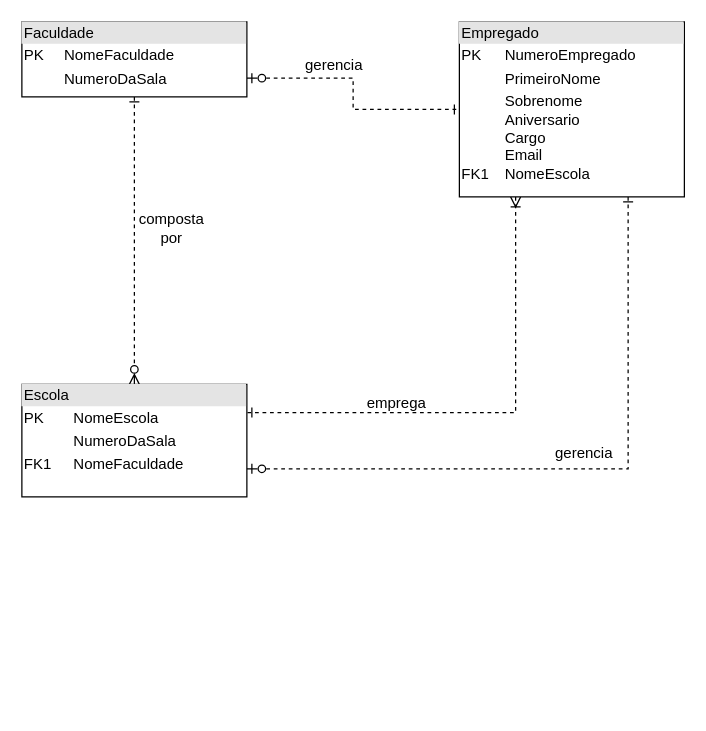
Before: Untitled Diagram.drawio in PabloBF/SQL_UEA, a draw.io diagram. Source tidied: cells renumbered, new cells numbered last; positions are measured from the earlier drawing's top-left corner, leaving out a move shared by most shapes. Both pictures are drawn from the tidied source at 125%, with x=0, y=0 at pixel (21, 21).
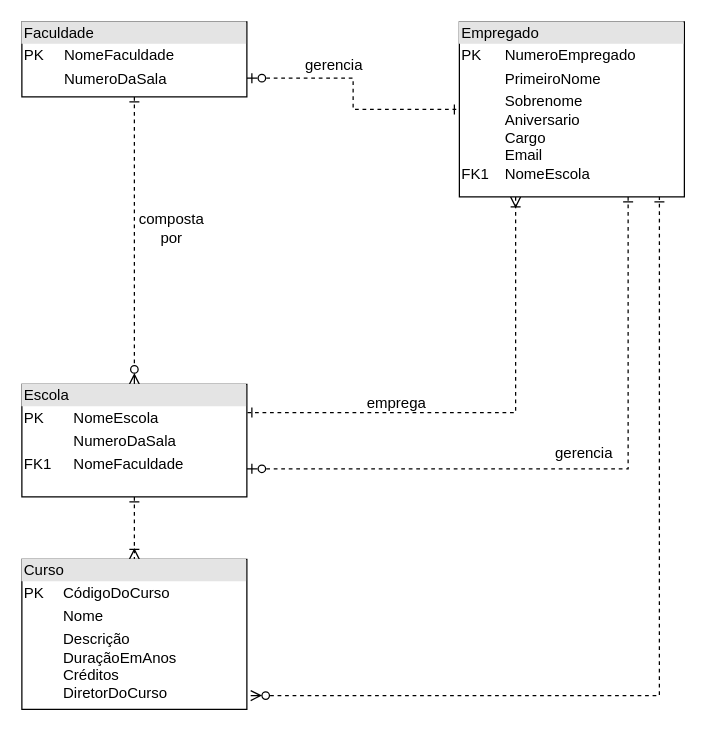
The same page after the edit.

Change to the diagram source:
```diff
@@
 <mxGraphModel>
   <root>
     <mxCell id="0" />
     <mxCell id="1" parent="0" />
     <mxCell id="2" style="edgeStyle=orthogonalEdgeStyle;rounded=0;jettySize=auto;html=1;dashed=1;endArrow=ERzeroToMany;endFill=0;strokeColor=default;startArrow=ERone;startFill=0;" parent="1" edge="1" source="4" target="5">
       <mxGeometry relative="1" as="geometry" />
     </mxCell>
     <mxCell id="3" style="edgeStyle=orthogonalEdgeStyle;rounded=0;jettySize=auto;html=1;exitX=1;exitY=0.75;exitDx=0;exitDy=0;entryX=0;entryY=0.5;entryDx=0;entryDy=0;dashed=1;strokeColor=default;startArrow=ERzeroToOne;startFill=0;endArrow=ERone;endFill=0;" parent="1" edge="1" source="4" target="8">
       <mxGeometry relative="1" as="geometry" />
     </mxCell>
     <mxCell id="4" value="&lt;div style=&quot;box-sizing:border-box;width:100%;background:#e4e4e4;padding:2px;&quot;&gt;Faculdade&lt;/div&gt;&lt;table style=&quot;width:100%;font-size:1em;&quot; cellpadding=&quot;2&quot; cellspacing=&quot;0&quot;&gt;&lt;tbody&gt;&lt;tr&gt;&lt;td&gt;PK&lt;/td&gt;&lt;td&gt;NomeFaculdade&lt;/td&gt;&lt;/tr&gt;&lt;tr&gt;&lt;td&gt;&lt;br&gt;&lt;/td&gt;&lt;td&gt;NumeroDaSala&lt;/td&gt;&lt;/tr&gt;&lt;tr&gt;&lt;td&gt;&lt;/td&gt;&lt;td&gt;&lt;br&gt;&lt;/td&gt;&lt;/tr&gt;&lt;/tbody&gt;&lt;/table&gt;" style="verticalAlign=top;align=left;overflow=fill;html=1;" parent="1" vertex="1">
       <mxGeometry width="180" height="60" as="geometry" />
     </mxCell>
+    <mxCell id="13" style="edgeStyle=orthogonalEdgeStyle;rounded=0;jettySize=auto;html=1;startArrow=ERone;startFill=0;endArrow=ERoneToMany;endFill=0;dashed=1;" parent="1" edge="1" source="5" target="15">
+      <mxGeometry relative="1" as="geometry" />
+    </mxCell>
     <mxCell id="5" value="&lt;div style=&quot;box-sizing:border-box;width:100%;background:#e4e4e4;padding:2px;&quot;&gt;Escola&lt;/div&gt;&lt;table style=&quot;width:100%;font-size:1em;&quot; cellpadding=&quot;2&quot; cellspacing=&quot;0&quot;&gt;&lt;tbody&gt;&lt;tr&gt;&lt;td&gt;PK&lt;/td&gt;&lt;td&gt;NomeEscola&lt;/td&gt;&lt;/tr&gt;&lt;tr&gt;&lt;td&gt;&lt;br&gt;&lt;/td&gt;&lt;td&gt;NumeroDaSala&lt;/td&gt;&lt;/tr&gt;&lt;tr&gt;&lt;td&gt;FK1&lt;/td&gt;&lt;td&gt;NomeFaculdade&lt;/td&gt;&lt;/tr&gt;&lt;/tbody&gt;&lt;/table&gt;" style="verticalAlign=top;align=left;overflow=fill;html=1;" parent="1" vertex="1">
       <mxGeometry y="290" width="180" height="90" as="geometry" />
     </mxCell>
     <mxCell id="6" style="edgeStyle=orthogonalEdgeStyle;rounded=0;jettySize=auto;html=1;entryX=1;entryY=0.25;entryDx=0;entryDy=0;dashed=1;strokeColor=default;startArrow=ERoneToMany;startFill=0;endArrow=ERone;endFill=0;exitX=0.25;exitY=1;exitDx=0;exitDy=0;" parent="1" edge="1" source="8" target="5">
       <mxGeometry relative="1" as="geometry" />
     </mxCell>
     <mxCell id="7" style="edgeStyle=orthogonalEdgeStyle;rounded=0;jettySize=auto;html=1;exitX=0.75;exitY=1;exitDx=0;exitDy=0;entryX=1;entryY=0.75;entryDx=0;entryDy=0;dashed=1;strokeColor=default;startArrow=ERone;startFill=0;endArrow=ERzeroToOne;endFill=0;" parent="1" edge="1" source="8" target="5">
       <mxGeometry relative="1" as="geometry" />
     </mxCell>
     <mxCell id="8" value="&lt;div style=&quot;box-sizing:border-box;width:100%;background:#e4e4e4;padding:2px;&quot;&gt;Empregado&lt;/div&gt;&lt;table style=&quot;width:100%;font-size:1em;&quot; cellpadding=&quot;2&quot; cellspacing=&quot;0&quot;&gt;&lt;tbody&gt;&lt;tr&gt;&lt;td&gt;PK&lt;/td&gt;&lt;td&gt;NumeroEmpregado&lt;/td&gt;&lt;/tr&gt;&lt;tr&gt;&lt;td&gt;&lt;br&gt;&lt;/td&gt;&lt;td&gt;PrimeiroNome&lt;/td&gt;&lt;/tr&gt;&lt;tr&gt;&lt;td&gt;&lt;br&gt;&lt;br&gt;&lt;br&gt;&lt;br&gt;FK1&lt;/td&gt;&lt;td&gt;Sobrenome&lt;br&gt;Aniversario&lt;br&gt;Cargo&lt;br&gt;Email&lt;br&gt;NomeEscola&lt;/td&gt;&lt;/tr&gt;&lt;/tbody&gt;&lt;/table&gt;" style="verticalAlign=top;align=left;overflow=fill;html=1;" parent="1" vertex="1">
       <mxGeometry x="350" width="180" height="140" as="geometry" />
     </mxCell>
     <mxCell id="9" value="composta por" style="text;strokeColor=none;align=center;fillColor=none;html=1;verticalAlign=middle;whiteSpace=wrap;rounded=0;" parent="1" vertex="1">
       <mxGeometry x="90" y="150" width="60" height="30" as="geometry" />
     </mxCell>
     <mxCell id="10" value="gerencia" style="text;strokeColor=none;align=center;fillColor=none;html=1;verticalAlign=middle;whiteSpace=wrap;rounded=0;" parent="1" vertex="1">
       <mxGeometry x="220" y="20" width="60" height="30" as="geometry" />
     </mxCell>
     <mxCell id="11" value="emprega" style="text;strokeColor=none;align=center;fillColor=none;html=1;verticalAlign=middle;whiteSpace=wrap;rounded=0;" parent="1" vertex="1">
       <mxGeometry x="270" y="290" width="60" height="30" as="geometry" />
     </mxCell>
     <mxCell id="12" value="gerencia" style="text;strokeColor=none;align=center;fillColor=none;html=1;verticalAlign=middle;whiteSpace=wrap;rounded=0;" parent="1" vertex="1">
       <mxGeometry x="420" y="330" width="60" height="30" as="geometry" />
     </mxCell>
+    <mxCell id="14" style="edgeStyle=orthogonalEdgeStyle;rounded=0;jettySize=auto;html=1;entryX=0.889;entryY=1;entryDx=0;entryDy=0;entryPerimeter=0;startArrow=ERzeroToMany;startFill=0;endArrow=ERone;endFill=0;exitX=1.017;exitY=0.908;exitDx=0;exitDy=0;exitPerimeter=0;dashed=1;" parent="1" edge="1" source="15" target="8">
+      <mxGeometry relative="1" as="geometry" />
+    </mxCell>
+    <mxCell id="15" value="&lt;div style=&quot;box-sizing:border-box;width:100%;background:#e4e4e4;padding:2px;&quot;&gt;Curso&lt;/div&gt;&lt;table style=&quot;width:100%;font-size:1em;&quot; cellpadding=&quot;2&quot; cellspacing=&quot;0&quot;&gt;&lt;tbody&gt;&lt;tr&gt;&lt;td&gt;PK&lt;/td&gt;&lt;td&gt;CódigoDoCurso&lt;/td&gt;&lt;/tr&gt;&lt;tr&gt;&lt;td&gt;&lt;br&gt;&lt;/td&gt;&lt;td&gt;Nome&lt;/td&gt;&lt;/tr&gt;&lt;tr&gt;&lt;td&gt;&lt;/td&gt;&lt;td&gt;Descrição&lt;br&gt;DuraçãoEmAnos&lt;br&gt;Créditos&lt;br&gt;DiretorDoCurso&lt;/td&gt;&lt;/tr&gt;&lt;/tbody&gt;&lt;/table&gt;" style="verticalAlign=top;align=left;overflow=fill;html=1;" parent="1" vertex="1">
+      <mxGeometry y="430" width="180" height="120" as="geometry" />
+    </mxCell>
   </root>
 </mxGraphModel>
```
